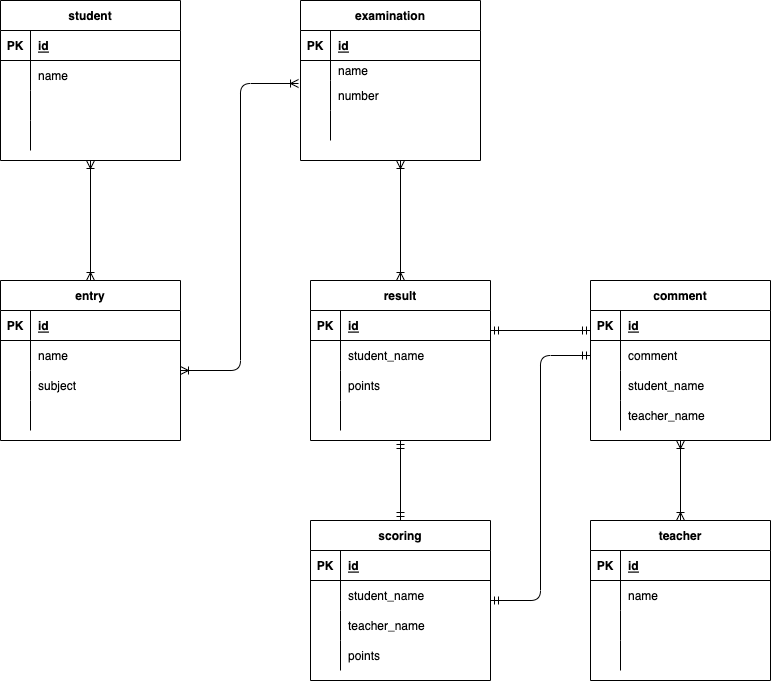
This is database.drawio.png from progressmy/DATABASE-ER, a draw.io export, as it was before one commit. Source tidied: cells renumbered, new cells last; positions are measured from the earlier drawing's top-left corner, leaving out a move shared by most shapes.
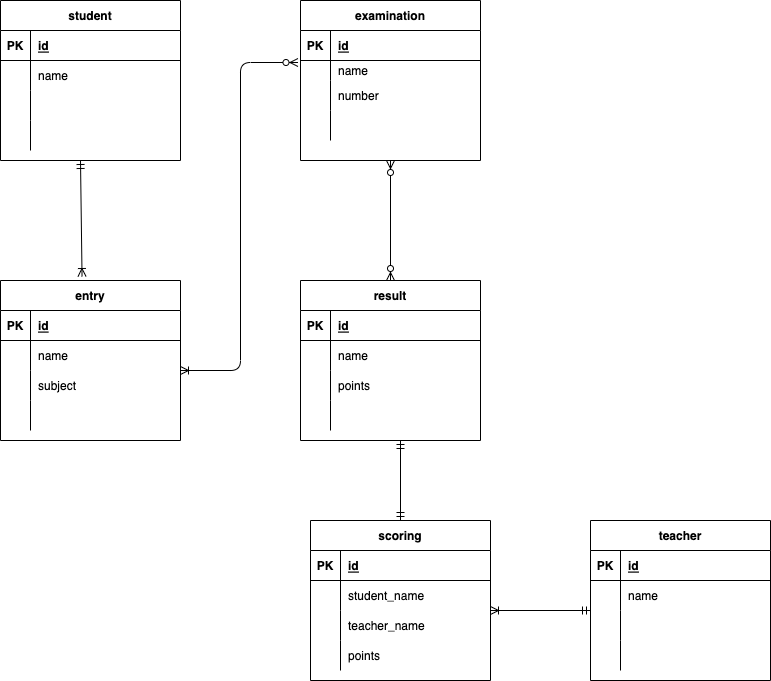
The same diagram one commit later.

What changed in the source:
```diff
@@ -81,7 +81,7 @@
       <mxGeometry x="30" width="150" height="30" as="geometry" />
     </mxCell>
     <mxCell id="28" value="result" style="shape=table;startSize=30;rowLines=0;fontStyle=1;align=center;" parent="1" vertex="1">
-      <mxGeometry x="310" y="280" width="180" height="160" as="geometry" />
+      <mxGeometry x="300" y="280" width="180" height="160" as="geometry" />
     </mxCell>
     <mxCell id="29" style="shape=partialRectangle;fillColor=none;top=0;left=0;bottom=1;right=0;" parent="28" vertex="1">
       <mxGeometry y="30" width="180" height="30" as="geometry" />
@@ -98,7 +98,7 @@
     <mxCell id="33" style="shape=partialRectangle;fillColor=none;top=0;left=0;bottom=0;right=0;overflow=hidden;" parent="32" vertex="1">
       <mxGeometry width="30" height="30" as="geometry" />
     </mxCell>
-    <mxCell id="34" value="student_name" style="shape=partialRectangle;fillColor=none;top=0;left=0;bottom=0;right=0;align=left;spacingLeft=6;overflow=hidden;" parent="32" vertex="1">
+    <mxCell id="34" value="name" style="shape=partialRectangle;fillColor=none;top=0;left=0;bottom=0;right=0;align=left;spacingLeft=6;overflow=hidden;" parent="32" vertex="1">
       <mxGeometry x="30" width="150" height="30" as="geometry" />
     </mxCell>
     <mxCell id="35" style="shape=partialRectangle;fillColor=none;top=0;left=0;bottom=0;right=0;" parent="28" vertex="1">
@@ -119,45 +119,6 @@
     <mxCell id="40" style="shape=partialRectangle;fillColor=none;top=0;left=0;bottom=0;right=0;align=left;spacingLeft=6;overflow=hidden;" parent="38" vertex="1">
       <mxGeometry x="30" width="150" height="30" as="geometry" />
     </mxCell>
-    <mxCell id="41" value="comment" style="shape=table;startSize=30;rowLines=0;fontStyle=1;align=center;" parent="1" vertex="1">
-      <mxGeometry x="590" y="280" width="180" height="160" as="geometry" />
-    </mxCell>
-    <mxCell id="42" style="shape=partialRectangle;fillColor=none;top=0;left=0;bottom=1;right=0;" parent="41" vertex="1">
-      <mxGeometry y="30" width="180" height="30" as="geometry" />
-    </mxCell>
-    <mxCell id="43" value="PK" style="shape=partialRectangle;fillColor=none;top=0;left=0;bottom=0;right=0;fontStyle=1;overflow=hidden;" parent="42" vertex="1">
-      <mxGeometry width="30" height="30" as="geometry" />
-    </mxCell>
-    <mxCell id="44" value="id" style="shape=partialRectangle;fillColor=none;top=0;left=0;bottom=0;right=0;align=left;spacingLeft=6;fontStyle=5;overflow=hidden;" parent="42" vertex="1">
-      <mxGeometry x="30" width="150" height="30" as="geometry" />
-    </mxCell>
-    <mxCell id="45" style="shape=partialRectangle;fillColor=none;top=0;left=0;bottom=0;right=0;points=[[0,0.5],[1,0.5]];portConstraint=eastwest;" parent="41" vertex="1">
-      <mxGeometry y="60" width="180" height="30" as="geometry" />
-    </mxCell>
-    <mxCell id="46" style="shape=partialRectangle;fillColor=none;top=0;left=0;bottom=0;right=0;overflow=hidden;" parent="45" vertex="1">
-      <mxGeometry width="30" height="30" as="geometry" />
-    </mxCell>
-    <mxCell id="47" value="comment" style="shape=partialRectangle;fillColor=none;top=0;left=0;bottom=0;right=0;align=left;spacingLeft=6;overflow=hidden;" parent="45" vertex="1">
-      <mxGeometry x="30" width="150" height="30" as="geometry" />
-    </mxCell>
-    <mxCell id="48" style="shape=partialRectangle;fillColor=none;top=0;left=0;bottom=0;right=0;" parent="41" vertex="1">
-      <mxGeometry y="90" width="180" height="30" as="geometry" />
-    </mxCell>
-    <mxCell id="49" style="shape=partialRectangle;fillColor=none;top=0;left=0;bottom=0;right=0;overflow=hidden;" parent="48" vertex="1">
-      <mxGeometry width="30" height="30" as="geometry" />
-    </mxCell>
-    <mxCell id="50" value="student_name" style="shape=partialRectangle;fillColor=none;top=0;left=0;bottom=0;right=0;align=left;spacingLeft=6;overflow=hidden;" parent="48" vertex="1">
-      <mxGeometry x="30" width="150" height="30" as="geometry" />
-    </mxCell>
-    <mxCell id="51" style="shape=partialRectangle;fillColor=none;top=0;left=0;bottom=0;right=0;" parent="41" vertex="1">
-      <mxGeometry y="120" width="180" height="30" as="geometry" />
-    </mxCell>
-    <mxCell id="52" style="shape=partialRectangle;fillColor=none;top=0;left=0;bottom=0;right=0;overflow=hidden;" parent="51" vertex="1">
-      <mxGeometry width="30" height="30" as="geometry" />
-    </mxCell>
-    <mxCell id="53" value="teacher_name" style="shape=partialRectangle;fillColor=none;top=0;left=0;bottom=0;right=0;align=left;spacingLeft=6;overflow=hidden;" parent="51" vertex="1">
-      <mxGeometry x="30" width="150" height="30" as="geometry" />
-    </mxCell>
     <mxCell id="54" value="teacher" style="shape=table;startSize=30;rowLines=0;fontStyle=1;align=center;" parent="1" vertex="1">
       <mxGeometry x="590" y="520" width="180" height="160" as="geometry" />
     </mxCell>
@@ -275,49 +236,35 @@
     <mxCell id="92" style="shape=partialRectangle;fillColor=none;top=0;left=0;bottom=0;right=0;align=left;spacingLeft=6;overflow=hidden;" parent="90" vertex="1">
       <mxGeometry x="30" width="150" height="30" as="geometry" />
     </mxCell>
-    <mxCell id="93" style="fontSize=12;html=1;endArrow=ERoneToMany;startArrow=ERoneToMany;exitX=0.5;exitY=0;exitDx=0;exitDy=0;" parent="1" edge="1" source="80">
-      <mxGeometry relative="1" as="geometry">
-        <mxPoint x="90" y="160" as="targetPoint" />
-      </mxGeometry>
-    </mxCell>
-    <mxCell id="94" style="edgeStyle=orthogonalEdgeStyle;fontSize=12;html=1;endArrow=ERoneToMany;startArrow=ERoneToMany;entryX=-0.011;entryY=0.1;entryDx=0;entryDy=0;entryPerimeter=0;" parent="1" edge="1" target="22">
-      <mxGeometry relative="1" as="geometry">
-        <mxPoint x="180" y="370" as="sourcePoint" />
-        <Array as="points">
-          <mxPoint x="240" y="370" />
-          <mxPoint x="240" y="83" />
-        </Array>
-      </mxGeometry>
-    </mxCell>
-    <mxCell id="95" style="fontSize=12;html=1;endArrow=ERoneToMany;startArrow=ERoneToMany;exitX=0.5;exitY=0;exitDx=0;exitDy=0;" parent="1" edge="1" source="28">
-      <mxGeometry relative="1" as="geometry">
-        <mxPoint x="400" y="160" as="targetPoint" />
-      </mxGeometry>
-    </mxCell>
     <mxCell id="96" style="fontSize=12;html=1;endArrow=ERmandOne;startArrow=ERmandOne;exitX=0.5;exitY=0;exitDx=0;exitDy=0;" parent="1" edge="1" source="67">
       <mxGeometry relative="1" as="geometry">
         <mxPoint x="400" y="440" as="targetPoint" />
       </mxGeometry>
     </mxCell>
-    <mxCell id="97" style="edgeStyle=orthogonalEdgeStyle;fontSize=12;html=1;endArrow=ERmandOne;startArrow=ERmandOne;entryX=0;entryY=0.5;entryDx=0;entryDy=0;" parent="1" edge="1" target="45">
-      <mxGeometry relative="1" as="geometry">
-        <mxPoint x="490" y="600" as="sourcePoint" />
-        <Array as="points">
-          <mxPoint x="540" y="600" />
-          <mxPoint x="540" y="355" />
-        </Array>
-      </mxGeometry>
-    </mxCell>
-    <mxCell id="98" style="fontSize=12;html=1;endArrow=ERmandOne;startArrow=ERmandOne;" parent="1" edge="1">
-      <mxGeometry relative="1" as="geometry">
-        <mxPoint x="490" y="330" as="sourcePoint" />
-        <mxPoint x="590" y="330" as="targetPoint" />
-      </mxGeometry>
-    </mxCell>
-    <mxCell id="99" style="fontSize=12;html=1;endArrow=ERoneToMany;startArrow=ERoneToMany;exitX=0.5;exitY=0;exitDx=0;exitDy=0;" parent="1" edge="1" source="54">
-      <mxGeometry relative="1" as="geometry">
-        <mxPoint x="680" y="440" as="targetPoint" />
-      </mxGeometry>
-    </mxCell>
+    <mxCell id="100" style="fontSize=12;html=1;endArrow=ERoneToMany;startArrow=ERmandOne;entryX=0.453;entryY=-0.025;entryDx=0;entryDy=0;entryPerimeter=0;" parent="1" edge="1" target="80">
+      <mxGeometry relative="1" as="geometry">
+        <mxPoint x="80" y="160" as="sourcePoint" />
+      </mxGeometry>
+    </mxCell>
+    <mxCell id="101" style="edgeStyle=orthogonalEdgeStyle;fontSize=12;html=1;endArrow=ERoneToMany;startArrow=ERzeroToMany;exitX=-0.014;exitY=0.1;exitDx=0;exitDy=0;exitPerimeter=0;" parent="1" edge="1" source="19">
+      <mxGeometry relative="1" as="geometry">
+        <mxPoint x="180" y="370" as="targetPoint" />
+        <Array as="points">
+          <mxPoint x="240" y="62" />
+          <mxPoint x="240" y="370" />
+        </Array>
+      </mxGeometry>
+    </mxCell>
+    <mxCell id="102" style="fontSize=12;html=1;endArrow=ERzeroToMany;endFill=1;startArrow=ERzeroToMany;exitX=0.5;exitY=0;exitDx=0;exitDy=0;" parent="1" edge="1" source="28">
+      <mxGeometry relative="1" as="geometry">
+        <mxPoint x="390" y="160" as="targetPoint" />
+      </mxGeometry>
+    </mxCell>
+    <mxCell id="103" style="fontSize=12;html=1;endArrow=ERoneToMany;startArrow=ERmandOne;" parent="1" edge="1">
+      <mxGeometry relative="1" as="geometry">
+        <mxPoint x="590" y="610" as="sourcePoint" />
+        <mxPoint x="490" y="610" as="targetPoint" />
+      </mxGeometry>
+    </mxCell>
   </root>
 </mxGraphModel>
```
